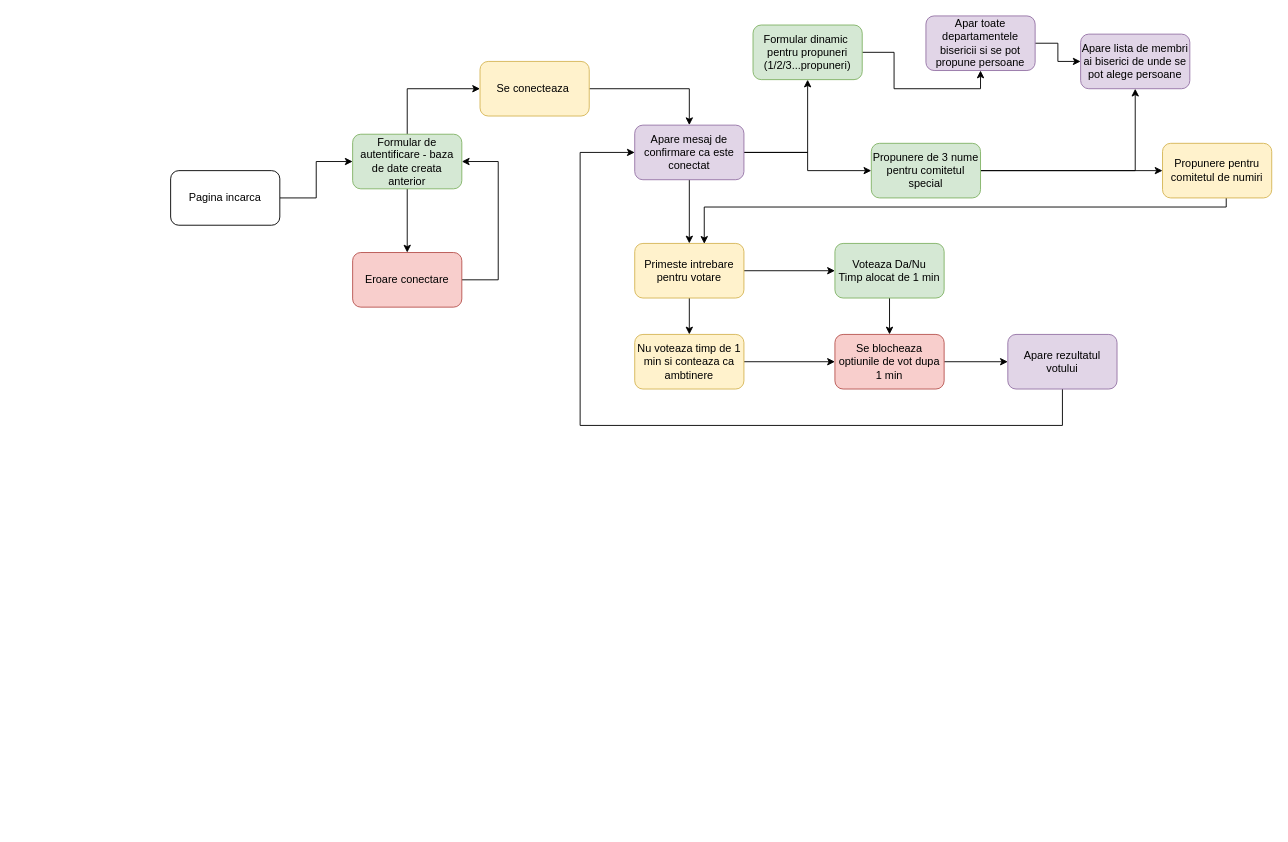
Above: .github/Diagrama sin título.drawio in BogdanNecatu/diagramas (draw.io), before the change. Source tidied: cells renumbered, new cells numbered last; positions are measured from the earlier drawing's top-left corner, leaving out a move shared by most shapes. Both pictures are drawn from the tidied source at 91%, with x=0, y=0 at pixel (170, 15).
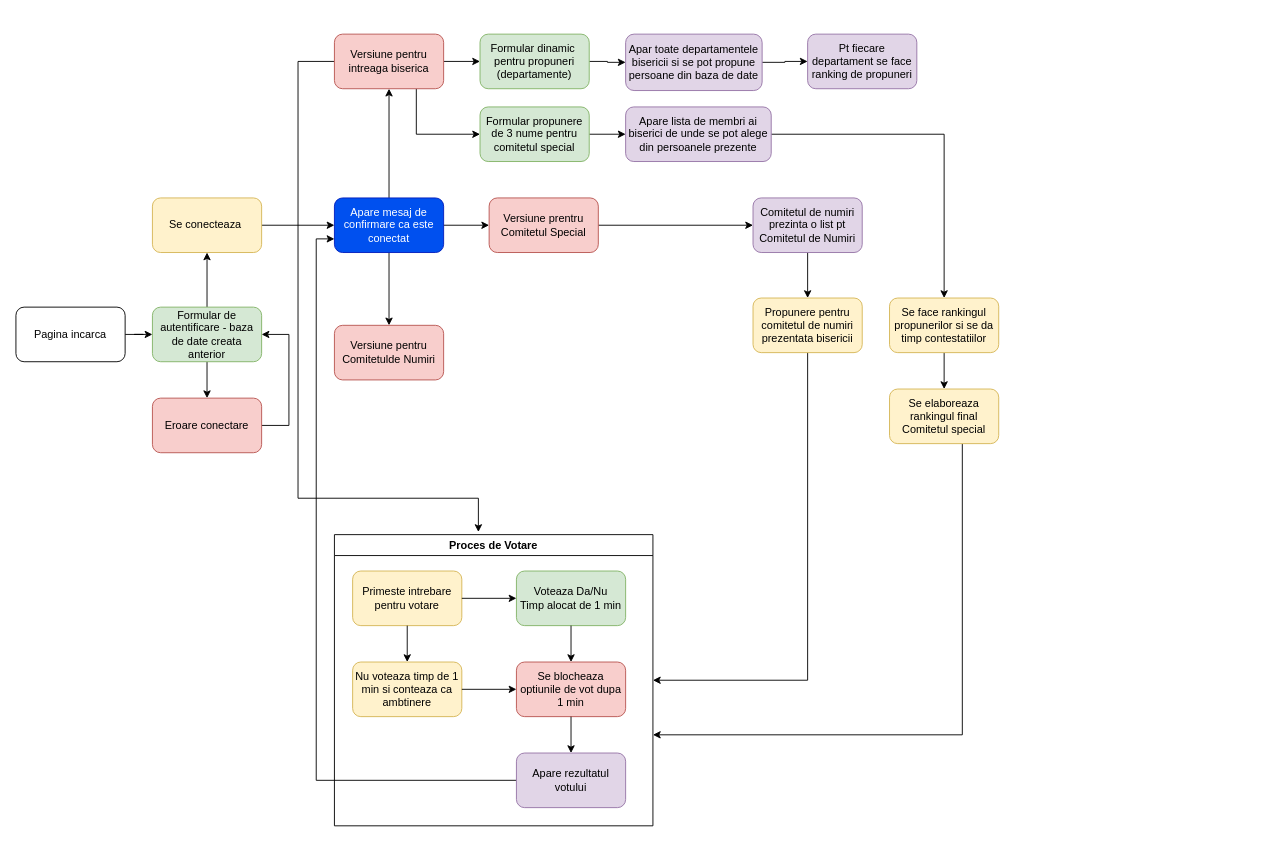
The same diagram, later.

Change to the diagram source:
```diff
@@
     <mxCell id="3" value="Pagina incarca" style="rounded=1;whiteSpace=wrap;html=1;" parent="1" vertex="1">
-      <mxGeometry y="170" width="120" height="60" as="geometry" />
+      <mxGeometry x="-170" y="320" width="120" height="60" as="geometry" />
     </mxCell>
+    <mxCell id="5" style="edgeStyle=orthogonalEdgeStyle;rounded=0;jettySize=auto;html=1;" parent="1" edge="1" source="6" target="14">
+      <mxGeometry relative="1" as="geometry" />
+    </mxCell>
-    <mxCell id="4" style="edgeStyle=orthogonalEdgeStyle;rounded=0;jettySize=auto;html=1;jumpStyle=arc;strokeColor=default;shadow=0;entryX=0;entryY=0.5;entryDx=0;entryDy=0;" parent="1" edge="1" source="6" target="8">
-      <mxGeometry relative="1" as="geometry">
-        <Array as="points">
-          <mxPoint x="260" y="80" />
-        </Array>
-      </mxGeometry>
+    <mxCell id="4" style="edgeStyle=orthogonalEdgeStyle;rounded=0;jettySize=auto;html=1;" parent="1" edge="1" source="6" target="8">
+      <mxGeometry relative="1" as="geometry" />
     </mxCell>
-    <mxCell id="5" style="edgeStyle=orthogonalEdgeStyle;rounded=0;jettySize=auto;html=1;" parent="1" edge="1" source="6" target="14">
-      <mxGeometry relative="1" as="geometry" />
-    </mxCell>
     <mxCell id="6" value="Formular de autentificare - baza de date creata anterior" style="rounded=1;whiteSpace=wrap;html=1;fillColor=#d5e8d4;strokeColor=#82b366;" parent="1" vertex="1">
-      <mxGeometry x="200" y="130" width="120" height="60" as="geometry" />
+      <mxGeometry x="-20" y="320" width="120" height="60" as="geometry" />
     </mxCell>
-    <mxCell id="7" style="edgeStyle=orthogonalEdgeStyle;rounded=0;sketch=0;jumpStyle=arc;jettySize=auto;html=1;shadow=0;strokeColor=default;" parent="1" edge="1" source="8" target="12">
-      <mxGeometry relative="1" as="geometry">
-        <Array as="points">
-          <mxPoint x="570" y="80" />
-        </Array>
-      </mxGeometry>
+    <mxCell id="7" style="edgeStyle=orthogonalEdgeStyle;rounded=0;jettySize=auto;html=1;" parent="1" edge="1" source="8" target="12">
+      <mxGeometry relative="1" as="geometry" />
     </mxCell>
     <mxCell id="8" value="Se conecteaza&amp;nbsp;" style="whiteSpace=wrap;html=1;rounded=1;fillColor=#fff2cc;strokeColor=#d6b656;" parent="1" vertex="1">
-      <mxGeometry x="340" y="50" width="120" height="60" as="geometry" />
+      <mxGeometry x="-20" y="200" width="120" height="60" as="geometry" />
     </mxCell>
-    <mxCell id="9" style="edgeStyle=orthogonalEdgeStyle;rounded=0;jettySize=auto;html=1;" parent="1" edge="1" source="12" target="17">
-      <mxGeometry relative="1" as="geometry" />
-    </mxCell>
-    <mxCell id="10" style="edgeStyle=orthogonalEdgeStyle;rounded=0;jettySize=auto;html=1;" parent="1" edge="1" source="12" target="27">
-      <mxGeometry relative="1" as="geometry" />
-    </mxCell>
-    <mxCell id="11" style="edgeStyle=orthogonalEdgeStyle;rounded=0;jettySize=auto;html=1;entryX=0;entryY=0.5;entryDx=0;entryDy=0;" parent="1" edge="1" source="12" target="33">
-      <mxGeometry relative="1" as="geometry" />
-    </mxCell>
+    <mxCell id="36" style="edgeStyle=orthogonalEdgeStyle;rounded=0;jettySize=auto;html=1;" parent="1" edge="1" source="12" target="53">
+      <mxGeometry relative="1" as="geometry" />
+    </mxCell>
+    <mxCell id="37" style="edgeStyle=orthogonalEdgeStyle;rounded=0;jettySize=auto;html=1;" parent="1" edge="1" source="12" target="57">
+      <mxGeometry relative="1" as="geometry" />
+    </mxCell>
+    <mxCell id="38" style="edgeStyle=orthogonalEdgeStyle;rounded=0;jettySize=auto;html=1;" parent="1" edge="1" source="12" target="58">
+      <mxGeometry relative="1" as="geometry" />
+    </mxCell>
-    <mxCell id="12" value="Apare mesaj de confirmare ca este conectat" style="whiteSpace=wrap;html=1;rounded=1;fillColor=#e1d5e7;strokeColor=#9673a6;" parent="1" vertex="1">
-      <mxGeometry x="510" y="120" width="120" height="60" as="geometry" />
+    <mxCell id="12" value="Apare mesaj de confirmare ca este conectat" style="whiteSpace=wrap;html=1;rounded=1;fillColor=#0050ef;strokeColor=#001DBC;fontColor=#ffffff;" parent="1" vertex="1">
+      <mxGeometry x="180" y="200" width="120" height="60" as="geometry" />
     </mxCell>
-    <mxCell id="13" style="edgeStyle=orthogonalEdgeStyle;rounded=0;jettySize=auto;html=1;entryX=1;entryY=0.5;entryDx=0;entryDy=0;" parent="1" edge="1" source="14" target="6">
+    <mxCell id="13" style="edgeStyle=orthogonalEdgeStyle;rounded=0;jettySize=auto;html=1;entryX=1;entryY=0.5;entryDx=0;entryDy=0;exitX=1;exitY=0.5;exitDx=0;exitDy=0;" parent="1" edge="1" source="14" target="6">
       <mxGeometry relative="1" as="geometry">
         <Array as="points">
-          <mxPoint x="360" y="290" />
-          <mxPoint x="360" y="160" />
+          <mxPoint x="130" y="450" />
+          <mxPoint x="130" y="350" />
         </Array>
       </mxGeometry>
     </mxCell>
     <mxCell id="14" value="Eroare conectare" style="whiteSpace=wrap;html=1;fillColor=#f8cecc;strokeColor=#b85450;rounded=1;" parent="1" vertex="1">
-      <mxGeometry x="200" y="260" width="120" height="60" as="geometry" />
+      <mxGeometry x="-20" y="420" width="120" height="60" as="geometry" />
     </mxCell>
+    <mxCell id="39" style="edgeStyle=orthogonalEdgeStyle;rounded=0;jettySize=auto;html=1;entryX=0;entryY=0.75;entryDx=0;entryDy=0;" parent="1" edge="1" source="24" target="12">
+      <mxGeometry relative="1" as="geometry" />
+    </mxCell>
+    <mxCell id="26" style="edgeStyle=orthogonalEdgeStyle;rounded=0;jettySize=auto;html=1;" parent="1" edge="1" source="27" target="30">
+      <mxGeometry relative="1" as="geometry" />
+    </mxCell>
+    <mxCell id="27" value="Formular dinamic&amp;nbsp;&lt;br&gt;pentru propuneri (departamente)" style="whiteSpace=wrap;html=1;fillColor=#d5e8d4;strokeColor=#82b366;rounded=1;" parent="1" vertex="1">
+      <mxGeometry x="340" y="20" width="120" height="60" as="geometry" />
+    </mxCell>
+    <mxCell id="40" style="edgeStyle=orthogonalEdgeStyle;rounded=0;jettySize=auto;html=1;" parent="1" edge="1" source="28" target="45">
+      <mxGeometry relative="1" as="geometry" />
+    </mxCell>
+    <mxCell id="28" value="Apare lista de membri ai biserici de unde se pot alege din persoanele prezente" style="whiteSpace=wrap;html=1;fillColor=#e1d5e7;strokeColor=#9673a6;rounded=1;" parent="1" vertex="1">
+      <mxGeometry x="500" y="100" width="160" height="60" as="geometry" />
+    </mxCell>
+    <mxCell id="41" style="edgeStyle=orthogonalEdgeStyle;rounded=0;jettySize=auto;html=1;" parent="1" edge="1" source="30" target="43">
+      <mxGeometry relative="1" as="geometry" />
+    </mxCell>
+    <mxCell id="30" value="Apar toate departamentele bisericii si se pot propune persoane din baza de date" style="whiteSpace=wrap;html=1;fillColor=#e1d5e7;strokeColor=#9673a6;rounded=1;" parent="1" vertex="1">
+      <mxGeometry x="500" y="20" width="150" height="62" as="geometry" />
+    </mxCell>
+    <mxCell id="31" style="edgeStyle=orthogonalEdgeStyle;rounded=0;jettySize=auto;html=1;" parent="1" edge="1" source="33" target="28">
+      <mxGeometry relative="1" as="geometry" />
+    </mxCell>
+    <mxCell id="33" value="Formular propunere de 3 nume pentru comitetul special" style="whiteSpace=wrap;html=1;fillColor=#d5e8d4;strokeColor=#82b366;rounded=1;" parent="1" vertex="1">
+      <mxGeometry x="340" y="100" width="120" height="60" as="geometry" />
+    </mxCell>
+    <mxCell id="42" style="edgeStyle=orthogonalEdgeStyle;rounded=0;jettySize=auto;html=1;" parent="1" edge="1" source="35" target="55">
+      <mxGeometry relative="1" as="geometry">
+        <Array as="points">
+          <mxPoint x="700" y="730" />
+        </Array>
+      </mxGeometry>
+    </mxCell>
+    <mxCell id="35" value="Propunere pentru comitetul de numiri prezentata bisericii" style="whiteSpace=wrap;html=1;fillColor=#fff2cc;strokeColor=#d6b656;rounded=1;" parent="1" vertex="1">
+      <mxGeometry x="640" y="310" width="120" height="60" as="geometry" />
+    </mxCell>
+    <mxCell id="43" value="Pt fiecare departament se face ranking de propuneri" style="whiteSpace=wrap;html=1;fillColor=#e1d5e7;strokeColor=#9673a6;rounded=1;" parent="1" vertex="1">
+      <mxGeometry x="700" y="20" width="120" height="60" as="geometry" />
+    </mxCell>
+    <mxCell id="44" style="edgeStyle=orthogonalEdgeStyle;rounded=0;jettySize=auto;html=1;" parent="1" edge="1" source="45" target="47">
+      <mxGeometry relative="1" as="geometry" />
+    </mxCell>
+    <mxCell id="45" value="Se face rankingul propunerilor si se da timp contestatiilor" style="whiteSpace=wrap;html=1;fillColor=#fff2cc;strokeColor=#d6b656;rounded=1;" parent="1" vertex="1">
+      <mxGeometry x="790" y="310" width="120" height="60" as="geometry" />
+    </mxCell>
+    <mxCell id="46" style="edgeStyle=orthogonalEdgeStyle;rounded=0;jettySize=auto;html=1;" parent="1" edge="1" source="47">
+      <mxGeometry x="0.02" y="120" relative="1" as="geometry">
+        <mxPoint x="530" y="790" as="targetPoint" />
+        <Array as="points">
+          <mxPoint x="870" y="790" />
+        </Array>
+      </mxGeometry>
+    </mxCell>
+    <mxCell id="47" value="Se elaboreaza rankingul final Comitetul special" style="whiteSpace=wrap;html=1;fillColor=#fff2cc;strokeColor=#d6b656;rounded=1;" parent="1" vertex="1">
+      <mxGeometry x="790" y="410" width="120" height="60" as="geometry" />
+    </mxCell>
+    <mxCell id="48" style="edgeStyle=orthogonalEdgeStyle;rounded=0;jettySize=auto;html=1;" parent="1" edge="1" source="49" target="35">
+      <mxGeometry relative="1" as="geometry" />
+    </mxCell>
+    <mxCell id="49" value="Comitetul de numiri prezinta o list pt Comitetul de Numiri" style="whiteSpace=wrap;html=1;fillColor=#e1d5e7;strokeColor=#9673a6;rounded=1;" parent="1" vertex="1">
+      <mxGeometry x="640" y="200" width="120" height="60" as="geometry" />
+    </mxCell>
+    <mxCell id="50" style="edgeStyle=orthogonalEdgeStyle;rounded=0;jettySize=auto;html=1;" parent="1" edge="1" source="53" target="27">
+      <mxGeometry relative="1" as="geometry" />
+    </mxCell>
+    <mxCell id="51" style="edgeStyle=orthogonalEdgeStyle;rounded=0;jettySize=auto;html=1;entryX=0;entryY=0.5;entryDx=0;entryDy=0;" parent="1" edge="1" source="53" target="33">
+      <mxGeometry x="0.5" y="-40" relative="1" as="geometry">
+        <Array as="points">
+          <mxPoint x="270" y="130" />
+        </Array>
+      </mxGeometry>
+    </mxCell>
+    <mxCell id="52" style="edgeStyle=orthogonalEdgeStyle;rounded=0;jettySize=auto;html=1;entryX=0.452;entryY=-0.009;entryDx=0;entryDy=0;entryPerimeter=0;" parent="1" edge="1" source="53" target="55">
+      <mxGeometry relative="1" as="geometry">
+        <Array as="points">
+          <mxPoint x="140" y="50" />
+          <mxPoint x="140" y="530" />
+          <mxPoint x="338" y="530" />
+        </Array>
+      </mxGeometry>
+    </mxCell>
+    <mxCell id="53" value="Versiune pentru intreaga biserica" style="whiteSpace=wrap;html=1;fillColor=#f8cecc;strokeColor=#b85450;rounded=1;" parent="1" vertex="1">
+      <mxGeometry x="180" y="20" width="120" height="60" as="geometry" />
+    </mxCell>
+    <mxCell id="54" style="group;" parent="1" vertex="1">
+      <mxGeometry x="180" y="570" width="350" height="320" as="geometry" />
+    </mxCell>
+    <mxCell id="17" value="Primeste intrebare pentru votare" style="whiteSpace=wrap;html=1;rounded=1;fillColor=#fff2cc;strokeColor=#d6b656;" parent="54" vertex="1">
+      <mxGeometry x="20" y="40" width="120" height="60" as="geometry" />
+    </mxCell>
+    <mxCell id="19" value="Voteaza Da/Nu&lt;br&gt;Timp alocat de 1 min" style="whiteSpace=wrap;html=1;fillColor=#d5e8d4;strokeColor=#82b366;rounded=1;gradientColor=none;" parent="54" vertex="1">
+      <mxGeometry x="200" y="40" width="120" height="60" as="geometry" />
+    </mxCell>
-    <mxCell id="15" style="edgeStyle=orthogonalEdgeStyle;rounded=0;jettySize=auto;html=1;" parent="1" edge="1" source="17" target="19">
+    <mxCell id="15" style="edgeStyle=orthogonalEdgeStyle;rounded=0;jettySize=auto;html=1;" parent="54" edge="1" source="17" target="19">
       <mxGeometry relative="1" as="geometry" />
     </mxCell>
+    <mxCell id="22" value="Nu voteaza timp de 1 min si conteaza ca ambtinere" style="whiteSpace=wrap;html=1;fillColor=#fff2cc;strokeColor=#d6b656;rounded=1;" parent="54" vertex="1">
+      <mxGeometry x="20" y="140" width="120" height="60" as="geometry" />
+    </mxCell>
-    <mxCell id="16" style="edgeStyle=orthogonalEdgeStyle;rounded=0;jettySize=auto;html=1;" parent="1" edge="1" source="17" target="22">
+    <mxCell id="16" style="edgeStyle=orthogonalEdgeStyle;rounded=0;jettySize=auto;html=1;" parent="54" edge="1" source="17" target="22">
       <mxGeometry relative="1" as="geometry" />
     </mxCell>
-    <mxCell id="17" value="Primeste intrebare pentru votare" style="whiteSpace=wrap;html=1;rounded=1;fillColor=#fff2cc;strokeColor=#d6b656;" parent="1" vertex="1">
-      <mxGeometry x="510" y="250" width="120" height="60" as="geometry" />
-    </mxCell>
-    <mxCell id="18" style="edgeStyle=orthogonalEdgeStyle;rounded=0;jettySize=auto;html=1;entryX=0.5;entryY=0;entryDx=0;entryDy=0;" parent="1" edge="1" source="19" target="25">
-      <mxGeometry relative="1" as="geometry" />
-    </mxCell>
-    <mxCell id="19" value="Voteaza Da/Nu&lt;br&gt;Timp alocat de 1 min" style="whiteSpace=wrap;html=1;fillColor=#d5e8d4;strokeColor=#82b366;rounded=1;gradientColor=none;" parent="1" vertex="1">
-      <mxGeometry x="730" y="250" width="120" height="60" as="geometry" />
-    </mxCell>
-    <mxCell id="20" style="edgeStyle=orthogonalEdgeStyle;rounded=0;jettySize=auto;html=1;startArrow=none;" parent="1" edge="1" source="25" target="24">
-      <mxGeometry relative="1" as="geometry" />
-    </mxCell>
-    <mxCell id="21" style="edgeStyle=orthogonalEdgeStyle;rounded=0;jettySize=auto;html=1;entryX=0;entryY=0.5;entryDx=0;entryDy=0;" parent="1" edge="1" source="22" target="25">
-      <mxGeometry relative="1" as="geometry" />
-    </mxCell>
-    <mxCell id="22" value="Nu voteaza timp de 1 min si conteaza ca ambtinere" style="whiteSpace=wrap;html=1;fillColor=#fff2cc;strokeColor=#d6b656;rounded=1;" parent="1" vertex="1">
-      <mxGeometry x="510" y="350" width="120" height="60" as="geometry" />
-    </mxCell>
-    <mxCell id="23" style="edgeStyle=orthogonalEdgeStyle;rounded=0;jettySize=auto;html=1;" parent="1" edge="1" source="24">
-      <mxGeometry relative="1" as="geometry">
-        <mxPoint x="510" y="150" as="targetPoint" />
-        <Array as="points">
-          <mxPoint x="980" y="450" />
-          <mxPoint x="450" y="450" />
-          <mxPoint x="450" y="150" />
-          <mxPoint x="510" y="150" />
-        </Array>
-      </mxGeometry>
-    </mxCell>
-    <mxCell id="24" value="Apare rezultatul votului" style="whiteSpace=wrap;html=1;fillColor=#e1d5e7;strokeColor=#9673a6;rounded=1;" parent="1" vertex="1">
-      <mxGeometry x="920" y="350" width="120" height="60" as="geometry" />
+    <mxCell id="24" value="Apare rezultatul votului" style="whiteSpace=wrap;html=1;fillColor=#e1d5e7;strokeColor=#9673a6;rounded=1;" parent="54" vertex="1">
+      <mxGeometry x="200" y="240" width="120" height="60" as="geometry" />
     </mxCell>
-    <mxCell id="25" value="Se blocheaza optiunile de vot dupa 1 min" style="whiteSpace=wrap;html=1;fillColor=#f8cecc;strokeColor=#b85450;rounded=1;" parent="1" vertex="1">
-      <mxGeometry x="730" y="350" width="120" height="60" as="geometry" />
+    <mxCell id="25" value="Se blocheaza optiunile de vot dupa 1 min" style="whiteSpace=wrap;html=1;fillColor=#f8cecc;strokeColor=#b85450;rounded=1;" parent="54" vertex="1">
+      <mxGeometry x="200" y="140" width="120" height="60" as="geometry" />
     </mxCell>
-    <mxCell id="26" style="edgeStyle=orthogonalEdgeStyle;rounded=0;jettySize=auto;html=1;entryX=0.5;entryY=1;entryDx=0;entryDy=0;" parent="1" edge="1" source="27" target="30">
-      <mxGeometry relative="1" as="geometry" />
-    </mxCell>
-    <mxCell id="27" value="Formular dinamic&amp;nbsp;&lt;br&gt;pentru propuneri (1/2/3...propuneri)" style="whiteSpace=wrap;html=1;fillColor=#d5e8d4;strokeColor=#82b366;rounded=1;" parent="1" vertex="1">
-      <mxGeometry x="640" y="10" width="120" height="60" as="geometry" />
-    </mxCell>
-    <mxCell id="28" value="Apare lista de membri ai biserici de unde se pot alege persoane" style="whiteSpace=wrap;html=1;fillColor=#e1d5e7;strokeColor=#9673a6;rounded=1;" parent="1" vertex="1">
-      <mxGeometry x="1000" y="20" width="120" height="60" as="geometry" />
-    </mxCell>
-    <mxCell id="29" style="edgeStyle=orthogonalEdgeStyle;rounded=0;jettySize=auto;html=1;entryX=0;entryY=0.5;entryDx=0;entryDy=0;" parent="1" edge="1" source="30" target="28">
-      <mxGeometry relative="1" as="geometry" />
-    </mxCell>
-    <mxCell id="30" value="Apar toate departamentele bisericii si se pot propune persoane" style="whiteSpace=wrap;html=1;fillColor=#e1d5e7;strokeColor=#9673a6;rounded=1;" parent="1" vertex="1">
-      <mxGeometry x="830" width="120" height="60" as="geometry" />
-    </mxCell>
-    <mxCell id="31" style="edgeStyle=orthogonalEdgeStyle;rounded=0;jettySize=auto;html=1;" parent="1" edge="1" source="33" target="28">
-      <mxGeometry relative="1" as="geometry" />
-    </mxCell>
-    <mxCell id="32" style="edgeStyle=orthogonalEdgeStyle;rounded=0;jettySize=auto;html=1;" parent="1" edge="1" source="33" target="35">
-      <mxGeometry relative="1" as="geometry" />
-    </mxCell>
-    <mxCell id="33" value="Propunere de 3 nume pentru comitetul special" style="whiteSpace=wrap;html=1;fillColor=#d5e8d4;strokeColor=#82b366;rounded=1;" parent="1" vertex="1">
-      <mxGeometry x="770" y="140" width="120" height="60" as="geometry" />
-    </mxCell>
-    <mxCell id="34" style="edgeStyle=orthogonalEdgeStyle;rounded=0;jettySize=auto;html=1;entryX=0.637;entryY=0.007;entryDx=0;entryDy=0;entryPerimeter=0;" parent="1" edge="1" source="35" target="17">
-      <mxGeometry relative="1" as="geometry">
-        <Array as="points">
-          <mxPoint x="1160" y="210" />
-          <mxPoint x="586" y="210" />
-        </Array>
-      </mxGeometry>
-    </mxCell>
-    <mxCell id="35" value="Propunere pentru comitetul de numiri" style="whiteSpace=wrap;html=1;fillColor=#fff2cc;strokeColor=#d6b656;rounded=1;" parent="1" vertex="1">
-      <mxGeometry x="1090" y="140" width="120" height="60" as="geometry" />
-    </mxCell>
+    <mxCell id="18" style="edgeStyle=orthogonalEdgeStyle;rounded=0;jettySize=auto;html=1;entryX=0.5;entryY=0;entryDx=0;entryDy=0;" parent="54" edge="1" source="19" target="25">
+      <mxGeometry relative="1" as="geometry" />
+    </mxCell>
+    <mxCell id="21" style="edgeStyle=orthogonalEdgeStyle;rounded=0;jettySize=auto;html=1;entryX=0;entryY=0.5;entryDx=0;entryDy=0;" parent="54" edge="1" source="22" target="25">
+      <mxGeometry relative="1" as="geometry" />
+    </mxCell>
+    <mxCell id="20" style="edgeStyle=orthogonalEdgeStyle;rounded=0;jettySize=auto;html=1;startArrow=none;" parent="54" edge="1" source="25" target="24">
+      <mxGeometry relative="1" as="geometry" />
+    </mxCell>
+    <mxCell id="55" value="Proces de Votare" style="swimlane;whiteSpace=wrap;html=1;" parent="54" vertex="1">
+      <mxGeometry width="350" height="320" as="geometry" />
+    </mxCell>
+    <mxCell id="56" style="edgeStyle=orthogonalEdgeStyle;rounded=0;jettySize=auto;html=1;" parent="1" edge="1" source="57" target="49">
+      <mxGeometry relative="1" as="geometry" />
+    </mxCell>
+    <mxCell id="57" value="Versiune prentru Comitetul Special" style="whiteSpace=wrap;html=1;fillColor=#f8cecc;strokeColor=#b85450;rounded=1;" parent="1" vertex="1">
+      <mxGeometry x="350" y="200" width="120" height="60" as="geometry" />
+    </mxCell>
+    <mxCell id="58" value="Versiune pentru Comitetulde Numiri" style="whiteSpace=wrap;html=1;fillColor=#f8cecc;strokeColor=#b85450;rounded=1;" parent="1" vertex="1">
+      <mxGeometry x="180" y="340" width="120" height="60" as="geometry" />
+    </mxCell>
```
